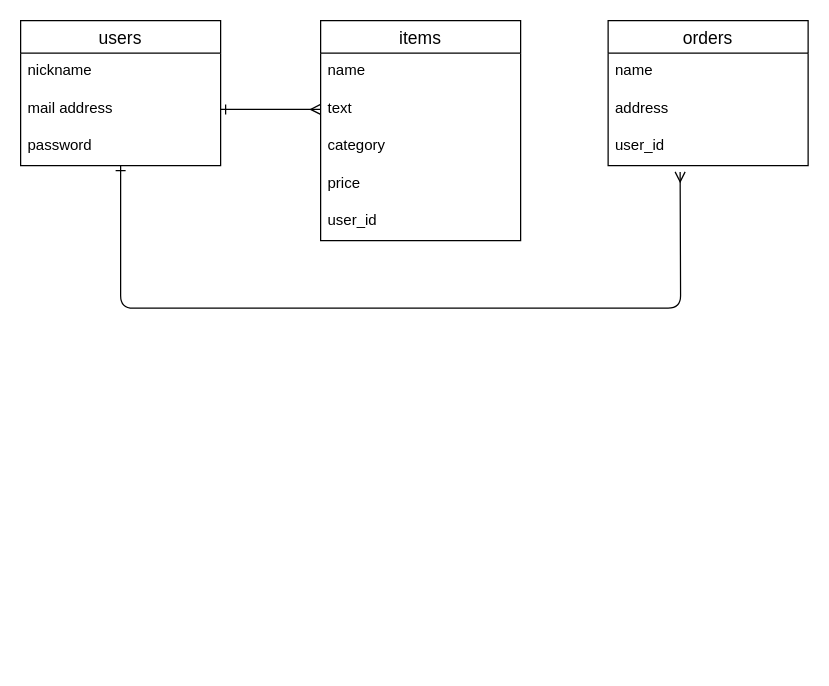
Above: ER.dio in RiRi318/furima41235 (draw.io), before the change. Source tidied: cells renumbered, new cells numbered last; positions are measured from the earlier drawing's top-left corner, leaving out a move shared by most shapes. Both pictures are drawn from the tidied source at 125%, with x=0, y=0 at pixel (20, 20).
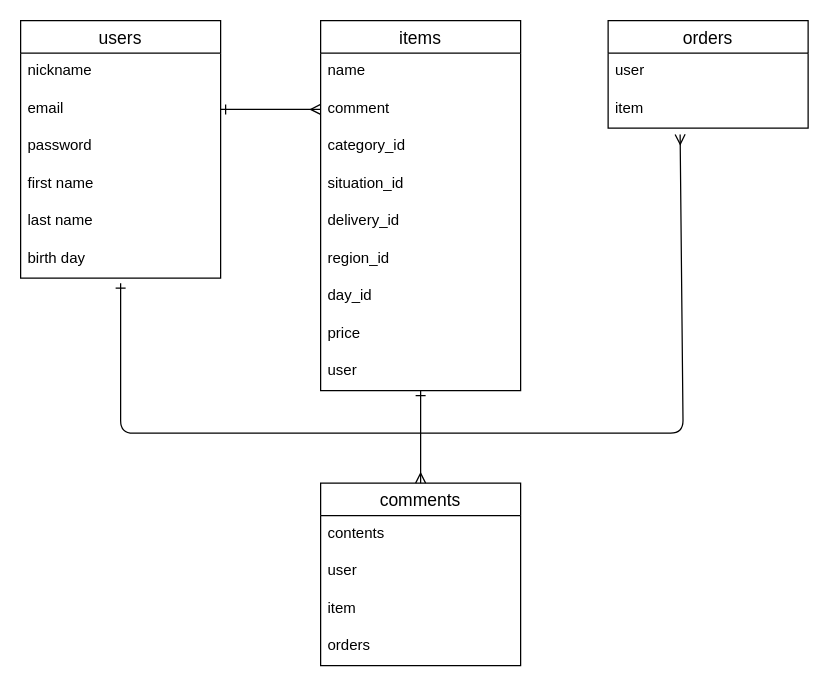
The same page after the edit.

Commit message (it also covers changes not shown here):
READ ME 記述変更

The change refers to these unchanged cells:
```xml
<mxCell id="5" value="password" style="text;strokeColor=none;fillColor=none;spacingLeft=4;spacingRight=4;overflow=hidden;points=[[0,0.5],[1,0.5]];portConstraint=eastwest;fontSize=12;rounded=0;" parent="2" vertex="1">
  <mxGeometry y="86" width="160" height="30" as="geometry" />
</mxCell>
```

Change to the diagram source:
```diff
@@
     <mxCell id="2" value="users" style="swimlane;fontStyle=0;horizontal=1;startSize=26;align=center;fontSize=14;rounded=0;" parent="1" vertex="1">
-      <mxGeometry width="160" height="116" as="geometry" />
+      <mxGeometry width="160" height="206" as="geometry" />
     </mxCell>
@@
-    <mxCell id="4" value="mail address" style="text;strokeColor=none;fillColor=none;spacingLeft=4;spacingRight=4;overflow=hidden;points=[[0,0.5],[1,0.5]];portConstraint=eastwest;fontSize=12;rounded=0;" parent="2" vertex="1">
+    <mxCell id="4" value="email" style="text;strokeColor=none;fillColor=none;spacingLeft=4;spacingRight=4;overflow=hidden;points=[[0,0.5],[1,0.5]];portConstraint=eastwest;fontSize=12;rounded=0;" parent="2" vertex="1">
       <mxGeometry y="56" width="160" height="30" as="geometry" />
     </mxCell>
@@
+    <mxCell id="18" value="first name" style="text;strokeColor=none;fillColor=none;spacingLeft=4;spacingRight=4;overflow=hidden;fontSize=12;" parent="2" vertex="1">
+      <mxGeometry y="116" width="160" height="30" as="geometry" />
+    </mxCell>
+    <mxCell id="19" value="last name" style="text;strokeColor=none;fillColor=none;spacingLeft=4;spacingRight=4;overflow=hidden;fontSize=12;" parent="2" vertex="1">
+      <mxGeometry y="146" width="160" height="30" as="geometry" />
+    </mxCell>
+    <mxCell id="20" value="birth day" style="text;strokeColor=none;fillColor=none;spacingLeft=4;spacingRight=4;overflow=hidden;fontSize=12;" parent="2" vertex="1">
+      <mxGeometry y="176" width="160" height="30" as="geometry" />
+    </mxCell>
     <mxCell id="6" value="items" style="swimlane;fontStyle=0;horizontal=1;startSize=26;align=center;fontSize=14;rounded=0;" parent="1" vertex="1">
-      <mxGeometry x="240" width="160" height="176" as="geometry" />
+      <mxGeometry x="240" width="160" height="296" as="geometry" />
     </mxCell>
@@
-    <mxCell id="8" value="text" style="text;strokeColor=none;fillColor=none;spacingLeft=4;spacingRight=4;overflow=hidden;points=[[0,0.5],[1,0.5]];portConstraint=eastwest;fontSize=12;rounded=0;" parent="6" vertex="1">
+    <mxCell id="8" value="comment" style="text;strokeColor=none;fillColor=none;spacingLeft=4;spacingRight=4;overflow=hidden;points=[[0,0.5],[1,0.5]];portConstraint=eastwest;fontSize=12;rounded=0;" parent="6" vertex="1">
       <mxGeometry y="56" width="160" height="30" as="geometry" />
     </mxCell>
-    <mxCell id="9" value="category" style="text;strokeColor=none;fillColor=none;spacingLeft=4;spacingRight=4;overflow=hidden;fontSize=12;rounded=0;" parent="6" vertex="1">
+    <mxCell id="9" value="category_id" style="text;strokeColor=none;fillColor=none;spacingLeft=4;spacingRight=4;overflow=hidden;fontSize=12;rounded=0;" parent="6" vertex="1">
       <mxGeometry y="86" width="160" height="30" as="geometry" />
     </mxCell>
-    <mxCell id="10" value="price" style="text;strokeColor=none;fillColor=none;spacingLeft=4;spacingRight=4;overflow=hidden;fontSize=12;rounded=0;" parent="6" vertex="1">
+    <mxCell id="10" value="situation_id" style="text;strokeColor=none;fillColor=none;spacingLeft=4;spacingRight=4;overflow=hidden;fontSize=12;rounded=0;" parent="6" vertex="1">
       <mxGeometry y="116" width="160" height="30" as="geometry" />
     </mxCell>
-    <mxCell id="11" value="user_id" style="text;strokeColor=none;fillColor=none;spacingLeft=4;spacingRight=4;overflow=hidden;fontSize=12;rounded=0;" parent="6" vertex="1">
+    <mxCell id="11" value="delivery_id" style="text;strokeColor=none;fillColor=none;spacingLeft=4;spacingRight=4;overflow=hidden;fontSize=12;rounded=0;" parent="6" vertex="1">
       <mxGeometry y="146" width="160" height="30" as="geometry" />
     </mxCell>
+    <mxCell id="21" value="region_id" style="text;strokeColor=none;fillColor=none;spacingLeft=4;spacingRight=4;overflow=hidden;fontSize=12;" parent="6" vertex="1">
+      <mxGeometry y="176" width="160" height="30" as="geometry" />
+    </mxCell>
+    <mxCell id="22" value="day_id" style="text;strokeColor=none;fillColor=none;spacingLeft=4;spacingRight=4;overflow=hidden;fontSize=12;" parent="6" vertex="1">
+      <mxGeometry y="206" width="160" height="30" as="geometry" />
+    </mxCell>
+    <mxCell id="23" value="price" style="text;strokeColor=none;fillColor=none;spacingLeft=4;spacingRight=4;overflow=hidden;fontSize=12;" parent="6" vertex="1">
+      <mxGeometry y="236" width="160" height="30" as="geometry" />
+    </mxCell>
+    <mxCell id="24" value="user" style="text;strokeColor=none;fillColor=none;spacingLeft=4;spacingRight=4;overflow=hidden;points=[[0,0.5],[1,0.5]];portConstraint=eastwest;fontSize=12;" parent="6" vertex="1">
+      <mxGeometry y="266" width="160" height="30" as="geometry" />
+    </mxCell>
     <mxCell id="12" value="orders" style="swimlane;fontStyle=0;horizontal=1;startSize=26;align=center;fontSize=14;rounded=0;" parent="1" vertex="1">
-      <mxGeometry x="470" width="160" height="116" as="geometry" />
+      <mxGeometry x="470" width="160" height="86" as="geometry" />
     </mxCell>
-    <mxCell id="13" value="name" style="text;strokeColor=none;fillColor=none;spacingLeft=4;spacingRight=4;overflow=hidden;fontSize=12;rounded=0;" parent="12" vertex="1">
-      <mxGeometry y="26" width="160" height="30" as="geometry" />
-    </mxCell>
-    <mxCell id="14" value="address" style="text;strokeColor=none;fillColor=none;spacingLeft=4;spacingRight=4;overflow=hidden;fontSize=12;rounded=0;" parent="12" vertex="1">
-      <mxGeometry y="56" width="160" height="30" as="geometry" />
+    <mxCell id="14" value="user" style="text;strokeColor=none;fillColor=none;spacingLeft=4;spacingRight=4;overflow=hidden;fontSize=12;rounded=0;" parent="12" vertex="1">
+      <mxGeometry y="26" width="160" height="30" as="geometry" />
     </mxCell>
-    <mxCell id="15" value="user_id" style="text;strokeColor=none;fillColor=none;spacingLeft=4;spacingRight=4;overflow=hidden;points=[[0,0.5],[1,0.5]];portConstraint=eastwest;fontSize=12;rounded=0;" parent="12" vertex="1">
-      <mxGeometry y="86" width="160" height="30" as="geometry" />
+    <mxCell id="15" value="item" style="text;strokeColor=none;fillColor=none;spacingLeft=4;spacingRight=4;overflow=hidden;points=[[0,0.5],[1,0.5]];portConstraint=eastwest;fontSize=12;rounded=0;" parent="12" vertex="1">
+      <mxGeometry y="56" width="160" height="30" as="geometry" />
     </mxCell>
@@
-    <mxCell id="17" style="edgeStyle=none;html=1;entryX=0.36;entryY=1.167;entryDx=0;entryDy=0;startArrow=ERone;startFill=0;endArrow=ERmany;endFill=0;entryPerimeter=0;" parent="1" edge="1" source="5" target="15">
+    <mxCell id="17" style="edgeStyle=none;html=1;entryX=0.36;entryY=1.167;entryDx=0;entryDy=0;startArrow=ERone;startFill=0;endArrow=ERmany;endFill=0;entryPerimeter=0;" parent="1" edge="1" target="15">
       <mxGeometry relative="1" as="geometry">
+        <mxPoint x="80" y="210" as="sourcePoint" />
         <Array as="points">
-          <mxPoint x="80" y="230" />
-          <mxPoint x="528" y="230" />
+          <mxPoint x="80" y="330" />
+          <mxPoint x="530" y="330" />
         </Array>
       </mxGeometry>
     </mxCell>
+    <mxCell id="25" value="comments" style="swimlane;fontStyle=0;horizontal=1;startSize=26;align=center;fontSize=14;" parent="1" vertex="1">
+      <mxGeometry x="240" y="370" width="160" height="146" as="geometry" />
+    </mxCell>
+    <mxCell id="26" value="contents" style="text;strokeColor=none;fillColor=none;spacingLeft=4;spacingRight=4;overflow=hidden;fontSize=12;" parent="25" vertex="1">
+      <mxGeometry y="26" width="160" height="30" as="geometry" />
+    </mxCell>
+    <mxCell id="27" value="user" style="text;strokeColor=none;fillColor=none;spacingLeft=4;spacingRight=4;overflow=hidden;fontSize=12;" parent="25" vertex="1">
+      <mxGeometry y="56" width="160" height="30" as="geometry" />
+    </mxCell>
+    <mxCell id="28" value="item" style="text;strokeColor=none;fillColor=none;spacingLeft=4;spacingRight=4;overflow=hidden;fontSize=12;" parent="25" vertex="1">
+      <mxGeometry y="86" width="160" height="30" as="geometry" />
+    </mxCell>
+    <mxCell id="29" value="orders" style="text;strokeColor=none;fillColor=none;spacingLeft=4;spacingRight=4;overflow=hidden;fontSize=12;" parent="25" vertex="1">
+      <mxGeometry y="116" width="160" height="30" as="geometry" />
+    </mxCell>
+    <mxCell id="30" style="edgeStyle=none;html=1;entryX=0.5;entryY=0;entryDx=0;entryDy=0;startArrow=ERone;startFill=0;endArrow=ERmany;endFill=0;" parent="1" edge="1" source="24" target="25">
+      <mxGeometry relative="1" as="geometry" />
+    </mxCell>
```
